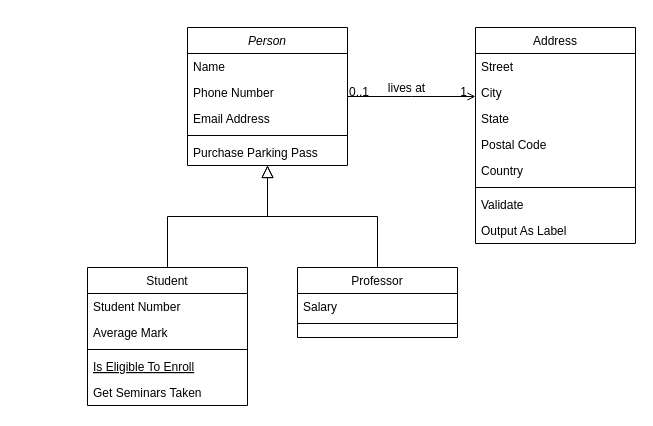
Earlier version of the draw.io diagram Week7/Week7/Week7day2/Untitled Diagram.drawio (Coelacanth19/codeclan_homework_MarkAntFojas). Source tidied: cells renumbered, new cells numbered last; positions are measured from the earlier drawing's top-left corner, leaving out a move shared by most shapes. Both pictures are drawn from the tidied source at 100%, with x=0, y=0 at pixel (87, 27).
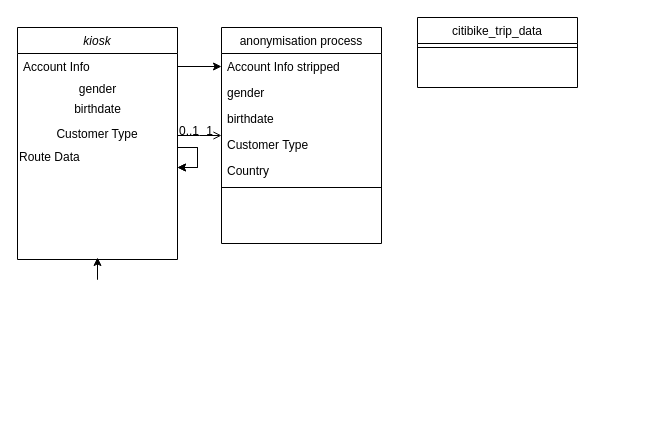
After the change.

Unchanged cells that the change refers to:
```xml
<mxCell id="28" style="endArrow=open;shadow=0;strokeWidth=1;rounded=0;endFill=1;edgeStyle=elbowEdgeStyle;elbow=vertical;" parent="1" edge="1" source="2" target="19">
  <mxGeometry x="0.5" y="41" relative="1" as="geometry">
    <mxPoint x="-40" y="32" as="offset" />
  </mxGeometry>
</mxCell>
```

The edit, as a diff of the source:
```diff
@@
+    <mxCell id="32" style="edgeStyle=orthogonalEdgeStyle;rounded=0;jettySize=auto;html=1;" parent="1" edge="1" source="2">
+      <mxGeometry relative="1" as="geometry">
+        <mxPoint x="10" y="230" as="targetPoint" />
+      </mxGeometry>
+    </mxCell>
-    <mxCell id="2" value="Person" style="swimlane;fontStyle=2;align=center;verticalAlign=top;horizontal=1;startSize=26;rounded=0;shadow=0;strokeWidth=1;" parent="1" vertex="1">
-      <mxGeometry x="100" width="160" height="138" as="geometry" />
+    <mxCell id="2" value="kiosk" style="swimlane;fontStyle=2;align=center;verticalAlign=top;horizontal=1;startSize=26;rounded=0;shadow=0;strokeWidth=1;" parent="1" vertex="1">
+      <mxGeometry x="-70" width="160" height="232" as="geometry" />
     </mxCell>
-    <mxCell id="3" value="Name" style="text;align=left;verticalAlign=top;spacingLeft=4;spacingRight=4;overflow=hidden;points=[[0,0.5],[1,0.5]];portConstraint=eastwest;" parent="2" vertex="1">
+    <mxCell id="3" value="Account Info" style="text;align=left;verticalAlign=top;spacingLeft=4;spacingRight=4;overflow=hidden;points=[[0,0.5],[1,0.5]];portConstraint=eastwest;" parent="2" vertex="1">
       <mxGeometry y="26" width="160" height="26" as="geometry" />
     </mxCell>
-    <mxCell id="4" value="Phone Number" style="text;align=left;verticalAlign=top;spacingLeft=4;spacingRight=4;overflow=hidden;rounded=0;shadow=0;html=0;" parent="2" vertex="1">
-      <mxGeometry y="52" width="160" height="26" as="geometry" />
-    </mxCell>
+    <mxCell id="33" value="gender" style="text;html=1;align=center;verticalAlign=middle;fillColor=none;strokeColor=none;rounded=0;" parent="2" vertex="1">
+      <mxGeometry y="52" width="160" height="20" as="geometry" />
+    </mxCell>
+    <mxCell id="34" value="birthdate" style="text;html=1;align=center;verticalAlign=middle;fillColor=none;strokeColor=none;rounded=0;" parent="2" vertex="1">
+      <mxGeometry y="72" width="160" height="20" as="geometry" />
+    </mxCell>
-    <mxCell id="5" value="Email Address" style="text;align=left;verticalAlign=top;spacingLeft=4;spacingRight=4;overflow=hidden;rounded=0;shadow=0;html=0;" parent="2" vertex="1">
-      <mxGeometry y="78" width="160" height="26" as="geometry" />
+    <mxCell id="5" value="Customer Type" style="text;align=center;verticalAlign=middle;spacingLeft=4;spacingRight=4;overflow=hidden;rounded=0;shadow=0;html=0;labelPosition=center;verticalLabelPosition=middle;" parent="2" vertex="1">
+      <mxGeometry y="92" width="160" height="28" as="geometry" />
     </mxCell>
-    <mxCell id="6" style="line;html=1;strokeWidth=1;align=left;verticalAlign=middle;spacingTop=-1;spacingLeft=3;spacingRight=3;labelPosition=right;" parent="2" vertex="1">
-      <mxGeometry y="104" width="160" height="8" as="geometry" />
-    </mxCell>
-    <mxCell id="7" value="Purchase Parking Pass" style="text;align=left;verticalAlign=top;spacingLeft=4;spacingRight=4;overflow=hidden;" parent="2" vertex="1">
-      <mxGeometry y="112" width="160" height="26" as="geometry" />
-    </mxCell>
-    <mxCell id="8" value="Student" style="swimlane;fontStyle=0;align=center;verticalAlign=top;horizontal=1;startSize=26;rounded=0;shadow=0;strokeWidth=1;" parent="1" vertex="1">
-      <mxGeometry y="240" width="160" height="138" as="geometry" />
-    </mxCell>
-    <mxCell id="9" value="Student Number" style="text;align=left;verticalAlign=top;spacingLeft=4;spacingRight=4;overflow=hidden;" parent="8" vertex="1">
-      <mxGeometry y="26" width="160" height="26" as="geometry" />
-    </mxCell>
-    <mxCell id="10" value="Average Mark" style="text;align=left;verticalAlign=top;spacingLeft=4;spacingRight=4;overflow=hidden;rounded=0;shadow=0;html=0;" parent="8" vertex="1">
-      <mxGeometry y="52" width="160" height="26" as="geometry" />
-    </mxCell>
-    <mxCell id="11" style="line;html=1;strokeWidth=1;align=left;verticalAlign=middle;spacingTop=-1;spacingLeft=3;spacingRight=3;labelPosition=right;" parent="8" vertex="1">
-      <mxGeometry y="78" width="160" height="8" as="geometry" />
-    </mxCell>
-    <mxCell id="12" value="Is Eligible To Enroll" style="text;align=left;verticalAlign=top;spacingLeft=4;spacingRight=4;overflow=hidden;fontStyle=4;" parent="8" vertex="1">
-      <mxGeometry y="86" width="160" height="26" as="geometry" />
-    </mxCell>
-    <mxCell id="13" value="Get Seminars Taken" style="text;align=left;verticalAlign=top;spacingLeft=4;spacingRight=4;overflow=hidden;" parent="8" vertex="1">
-      <mxGeometry y="112" width="160" height="26" as="geometry" />
-    </mxCell>
-    <mxCell id="14" style="endArrow=block;endSize=10;endFill=0;shadow=0;strokeWidth=1;rounded=0;edgeStyle=elbowEdgeStyle;elbow=vertical;" parent="1" edge="1" source="8" target="2">
-      <mxGeometry relative="1" as="geometry" />
-    </mxCell>
+    <mxCell id="35" style="edgeStyle=orthogonalEdgeStyle;rounded=0;orthogonalLoop=1;jettySize=auto;html=1;" parent="2" edge="1" source="37" target="37">
+      <mxGeometry relative="1" as="geometry" />
+    </mxCell>
+    <mxCell id="36" style="edgeStyle=orthogonalEdgeStyle;rounded=0;orthogonalLoop=1;jettySize=auto;html=1;" parent="2" edge="1" source="37" target="37">
+      <mxGeometry relative="1" as="geometry" />
+    </mxCell>
+    <mxCell id="37" value="Route Data" style="text;html=1;align=left;verticalAlign=middle;points=[];fillColor=none;strokeColor=none;rounded=0;labelPosition=center;verticalLabelPosition=middle;" parent="2" vertex="1">
+      <mxGeometry y="120" width="160" height="20" as="geometry" />
+    </mxCell>
-    <mxCell id="15" value="Professor" style="swimlane;fontStyle=0;align=center;verticalAlign=top;horizontal=1;startSize=26;rounded=0;shadow=0;strokeWidth=1;" parent="1" vertex="1">
-      <mxGeometry x="210" y="240" width="160" height="70" as="geometry" />
+    <mxCell id="15" value="citibike_trip_data" style="swimlane;fontStyle=0;align=center;verticalAlign=top;horizontal=1;startSize=26;rounded=0;shadow=0;strokeWidth=1;" parent="1" vertex="1">
+      <mxGeometry x="330" y="-10" width="160" height="70" as="geometry" />
     </mxCell>
-    <mxCell id="16" value="Salary" style="text;align=left;verticalAlign=top;spacingLeft=4;spacingRight=4;overflow=hidden;" parent="15" vertex="1">
-      <mxGeometry y="26" width="160" height="26" as="geometry" />
-    </mxCell>
     <mxCell id="17" style="line;html=1;strokeWidth=1;align=left;verticalAlign=middle;spacingTop=-1;spacingLeft=3;spacingRight=3;labelPosition=right;" parent="15" vertex="1">
-      <mxGeometry y="52" width="160" height="8" as="geometry" />
+      <mxGeometry y="26" width="160" height="8" as="geometry" />
     </mxCell>
-    <mxCell id="18" style="endArrow=block;endSize=10;endFill=0;shadow=0;strokeWidth=1;rounded=0;edgeStyle=elbowEdgeStyle;elbow=vertical;" parent="1" edge="1" source="15" target="2">
-      <mxGeometry relative="1" as="geometry" />
-    </mxCell>
-    <mxCell id="19" value="Address" style="swimlane;fontStyle=0;align=center;verticalAlign=top;horizontal=1;startSize=26;rounded=0;shadow=0;strokeWidth=1;" parent="1" vertex="1">
-      <mxGeometry x="388" width="160" height="216" as="geometry" />
+    <mxCell id="19" value="anonymisation process" style="swimlane;fontStyle=0;align=center;verticalAlign=top;horizontal=1;startSize=26;rounded=0;shadow=0;strokeWidth=1;" parent="1" vertex="1">
+      <mxGeometry x="134" width="160" height="216" as="geometry" />
     </mxCell>
-    <mxCell id="20" value="Street" style="text;align=left;verticalAlign=top;spacingLeft=4;spacingRight=4;overflow=hidden;points=[[0,0.5],[1,0.5]];portConstraint=eastwest;" parent="19" vertex="1">
+    <mxCell id="20" value="Account Info stripped" style="text;align=left;verticalAlign=top;spacingLeft=4;spacingRight=4;overflow=hidden;points=[[0,0.5],[1,0.5]];portConstraint=eastwest;" parent="19" vertex="1">
       <mxGeometry y="26" width="160" height="26" as="geometry" />
     </mxCell>
-    <mxCell id="21" value="City" style="text;align=left;verticalAlign=top;spacingLeft=4;spacingRight=4;overflow=hidden;rounded=0;shadow=0;html=0;" parent="19" vertex="1">
+    <mxCell id="21" value="gender" style="text;align=left;verticalAlign=top;spacingLeft=4;spacingRight=4;overflow=hidden;rounded=0;shadow=0;html=0;" parent="19" vertex="1">
       <mxGeometry y="52" width="160" height="26" as="geometry" />
     </mxCell>
-    <mxCell id="22" value="State" style="text;align=left;verticalAlign=top;spacingLeft=4;spacingRight=4;overflow=hidden;rounded=0;shadow=0;html=0;" parent="19" vertex="1">
+    <mxCell id="22" value="birthdate" style="text;align=left;verticalAlign=top;spacingLeft=4;spacingRight=4;overflow=hidden;rounded=0;shadow=0;html=0;" parent="19" vertex="1">
       <mxGeometry y="78" width="160" height="26" as="geometry" />
     </mxCell>
-    <mxCell id="23" value="Postal Code" style="text;align=left;verticalAlign=top;spacingLeft=4;spacingRight=4;overflow=hidden;rounded=0;shadow=0;html=0;" parent="19" vertex="1">
+    <mxCell id="23" value="Customer Type" style="text;align=left;verticalAlign=top;spacingLeft=4;spacingRight=4;overflow=hidden;rounded=0;shadow=0;html=0;" parent="19" vertex="1">
       <mxGeometry y="104" width="160" height="26" as="geometry" />
     </mxCell>
@@
-    <mxCell id="26" value="Validate" style="text;align=left;verticalAlign=top;spacingLeft=4;spacingRight=4;overflow=hidden;" parent="19" vertex="1">
-      <mxGeometry y="164" width="160" height="26" as="geometry" />
-    </mxCell>
-    <mxCell id="27" value="Output As Label" style="text;align=left;verticalAlign=top;spacingLeft=4;spacingRight=4;overflow=hidden;" parent="19" vertex="1">
-      <mxGeometry y="190" width="160" height="26" as="geometry" />
-    </mxCell>
@@
-    <mxCell id="31" value="lives at" style="text;html=1;align=center;verticalAlign=middle;labelBackgroundColor=none;rounded=0;shadow=0;strokeWidth=1;fontSize=12;" parent="28" vertex="1">
-      <mxGeometry x="0.5" y="49" relative="1" as="geometry">
-        <mxPoint x="-38" y="40" as="offset" />
-      </mxGeometry>
-    </mxCell>
+    <mxCell id="38" style="edgeStyle=orthogonalEdgeStyle;rounded=0;jettySize=auto;html=1;entryX=0;entryY=0.5;entryDx=0;entryDy=0;" parent="1" edge="1" source="3" target="20">
+      <mxGeometry relative="1" as="geometry" />
+    </mxCell>
```
